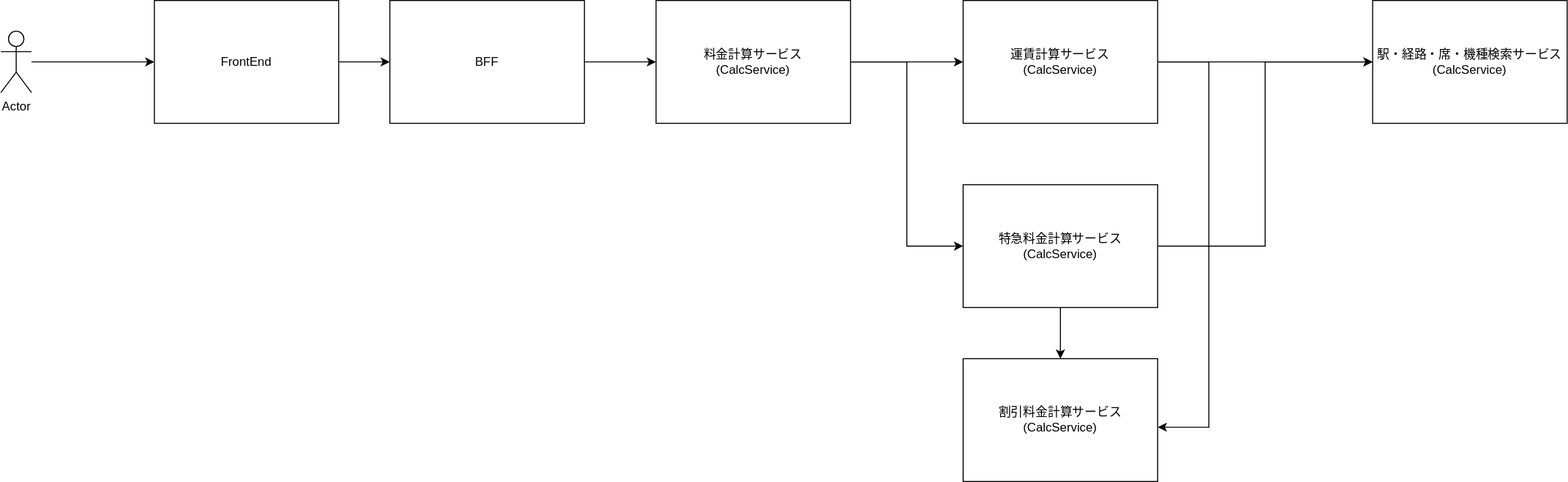
Earlier version of the draw.io export docs/arch/architecture.svg (MikiWaraMiki/kotlin-jr-pricing). Source tidied: cells renumbered, new cells last; positions are measured from the earlier drawing's top-left corner, leaving out a move shared by most shapes. Source of this version:
```xml
<mxGraphModel>
  <root>
    <mxCell id="0" />
    <mxCell id="1" parent="0" />
    <mxCell id="2" style="edgeStyle=orthogonalEdgeStyle;rounded=0;jettySize=auto;html=1;" parent="1" edge="1" source="3" target="7">
      <mxGeometry relative="1" as="geometry" />
    </mxCell>
    <mxCell id="3" value="FrontEnd" style="rounded=0;whiteSpace=wrap;html=1;" parent="1" vertex="1">
      <mxGeometry x="150" width="180" height="120" as="geometry" />
    </mxCell>
    <mxCell id="4" style="edgeStyle=orthogonalEdgeStyle;rounded=0;jettySize=auto;html=1;" parent="1" edge="1" source="5" target="3">
      <mxGeometry relative="1" as="geometry" />
    </mxCell>
    <mxCell id="5" value="Actor" style="shape=umlActor;verticalLabelPosition=bottom;verticalAlign=top;html=1;outlineConnect=0;" parent="1" vertex="1">
      <mxGeometry y="30" width="30" height="60" as="geometry" />
    </mxCell>
    <mxCell id="6" style="edgeStyle=orthogonalEdgeStyle;rounded=0;jettySize=auto;html=1;" parent="1" edge="1" source="7" target="10">
      <mxGeometry relative="1" as="geometry" />
    </mxCell>
    <mxCell id="7" value="BFF" style="rounded=0;whiteSpace=wrap;html=1;" parent="1" vertex="1">
      <mxGeometry x="380" width="190" height="120" as="geometry" />
    </mxCell>
    <mxCell id="8" style="edgeStyle=orthogonalEdgeStyle;rounded=0;jettySize=auto;html=1;" parent="1" edge="1" source="10" target="13">
      <mxGeometry relative="1" as="geometry" />
    </mxCell>
    <mxCell id="9" style="edgeStyle=orthogonalEdgeStyle;rounded=0;jettySize=auto;html=1;entryX=0;entryY=0.5;entryDx=0;entryDy=0;" parent="1" edge="1" source="10" target="16">
      <mxGeometry relative="1" as="geometry" />
    </mxCell>
    <mxCell id="10" value="料金計算サービス&lt;br&gt;(CalcService)" style="rounded=0;whiteSpace=wrap;html=1;" parent="1" vertex="1">
      <mxGeometry x="640" width="190" height="120" as="geometry" />
    </mxCell>
    <mxCell id="11" style="edgeStyle=orthogonalEdgeStyle;rounded=0;jettySize=auto;html=1;entryX=1;entryY=0.558;entryDx=0;entryDy=0;entryPerimeter=0;" parent="1" edge="1" source="13" target="17">
      <mxGeometry relative="1" as="geometry">
        <Array as="points">
          <mxPoint x="1180" y="60" />
          <mxPoint x="1180" y="417" />
        </Array>
      </mxGeometry>
    </mxCell>
    <mxCell id="12" style="edgeStyle=orthogonalEdgeStyle;rounded=0;jettySize=auto;html=1;" parent="1" edge="1" source="13" target="18">
      <mxGeometry relative="1" as="geometry" />
    </mxCell>
    <mxCell id="13" value="運賃計算サービス&lt;br&gt;(CalcService)" style="rounded=0;whiteSpace=wrap;html=1;" parent="1" vertex="1">
      <mxGeometry x="940" width="190" height="120" as="geometry" />
    </mxCell>
    <mxCell id="14" style="edgeStyle=orthogonalEdgeStyle;rounded=0;jettySize=auto;html=1;" parent="1" edge="1" source="16" target="17">
      <mxGeometry relative="1" as="geometry" />
    </mxCell>
    <mxCell id="15" style="edgeStyle=orthogonalEdgeStyle;rounded=0;jettySize=auto;html=1;entryX=0;entryY=0.5;entryDx=0;entryDy=0;" parent="1" edge="1" source="16" target="18">
      <mxGeometry relative="1" as="geometry" />
    </mxCell>
    <mxCell id="16" value="特急料金計算サービス&lt;br&gt;(CalcService)" style="rounded=0;whiteSpace=wrap;html=1;" parent="1" vertex="1">
      <mxGeometry x="940" y="180" width="190" height="120" as="geometry" />
    </mxCell>
    <mxCell id="17" value="割引料金計算サービス&lt;br&gt;(CalcService)" style="rounded=0;whiteSpace=wrap;html=1;" parent="1" vertex="1">
      <mxGeometry x="940" y="350" width="190" height="120" as="geometry" />
    </mxCell>
    <mxCell id="18" value="駅・経路・席・機種検索サービス&lt;br&gt;(CalcService)" style="rounded=0;whiteSpace=wrap;html=1;" parent="1" vertex="1">
      <mxGeometry x="1340" width="190" height="120" as="geometry" />
    </mxCell>
  </root>
</mxGraphModel>
```
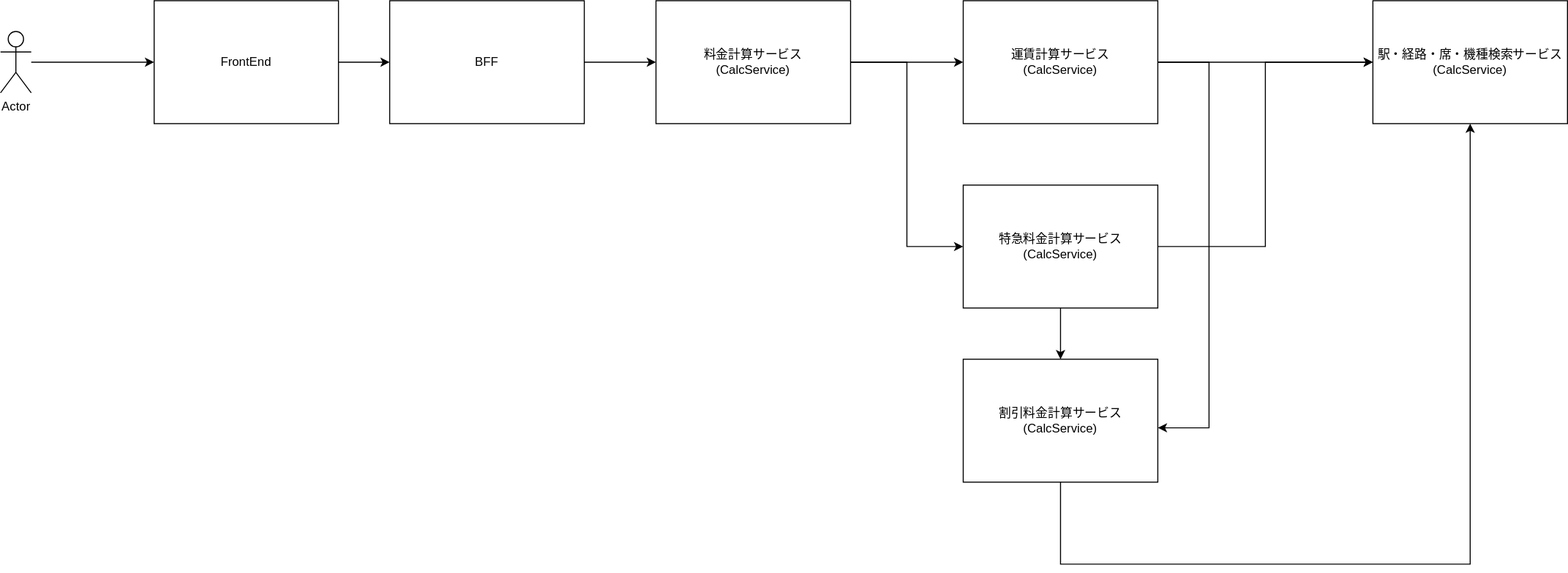
The same file after the commit.

Change to the diagram source:
```diff
@@ -52,6 +52,14 @@
     <mxCell id="16" value="特急料金計算サービス&lt;br&gt;(CalcService)" style="rounded=0;whiteSpace=wrap;html=1;" parent="1" vertex="1">
       <mxGeometry x="940" y="180" width="190" height="120" as="geometry" />
     </mxCell>
+    <mxCell id="19" style="edgeStyle=orthogonalEdgeStyle;rounded=0;jettySize=auto;html=1;" parent="1" edge="1" source="17" target="18">
+      <mxGeometry relative="1" as="geometry">
+        <Array as="points">
+          <mxPoint x="1035" y="550" />
+          <mxPoint x="1435" y="550" />
+        </Array>
+      </mxGeometry>
+    </mxCell>
     <mxCell id="17" value="割引料金計算サービス&lt;br&gt;(CalcService)" style="rounded=0;whiteSpace=wrap;html=1;" parent="1" vertex="1">
       <mxGeometry x="940" y="350" width="190" height="120" as="geometry" />
     </mxCell>
```
